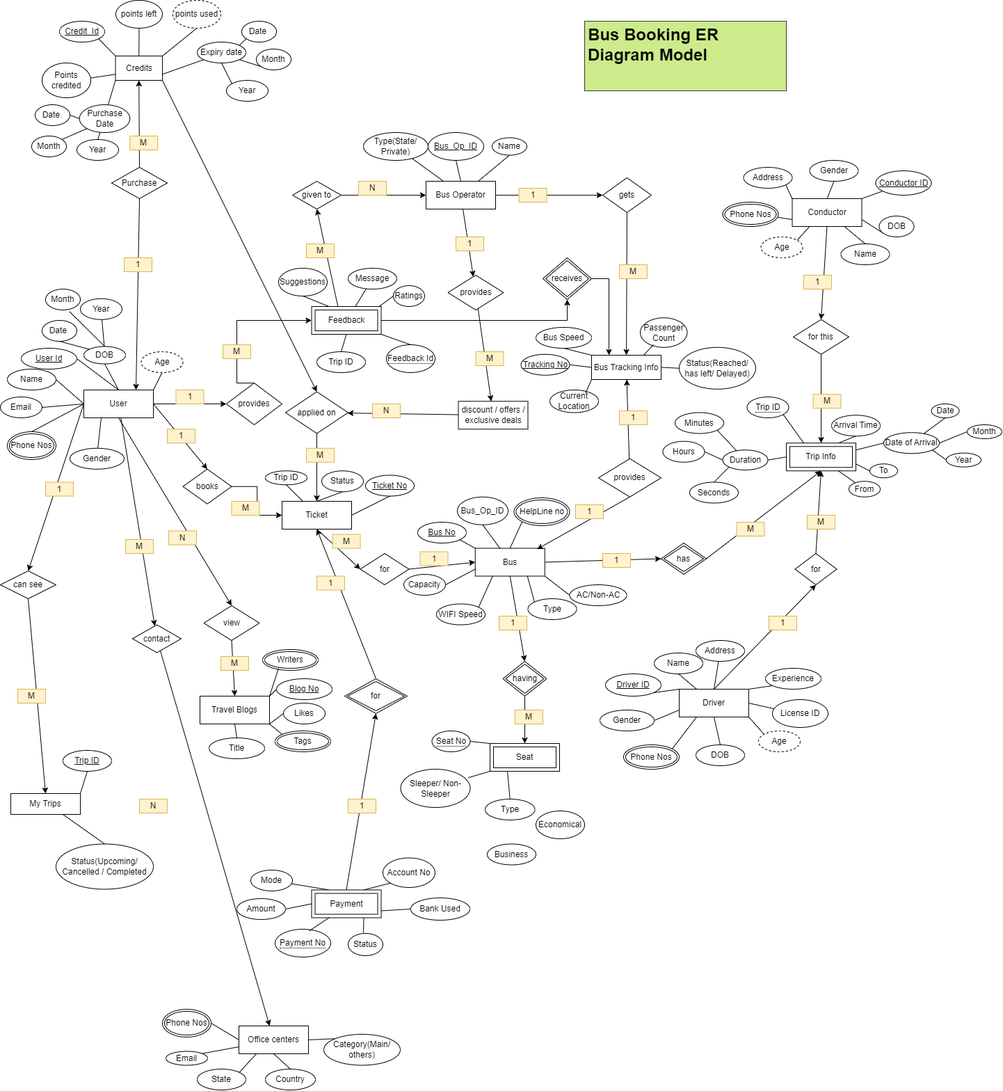
ritu456286/DBMS keeps this draw.io diagram as Assignment1B.drawio.png. Above is the earlier version. Source tidied: cells renumbered, new cells last; positions are measured from the earlier drawing's top-left corner, leaving out a move shared by most shapes.
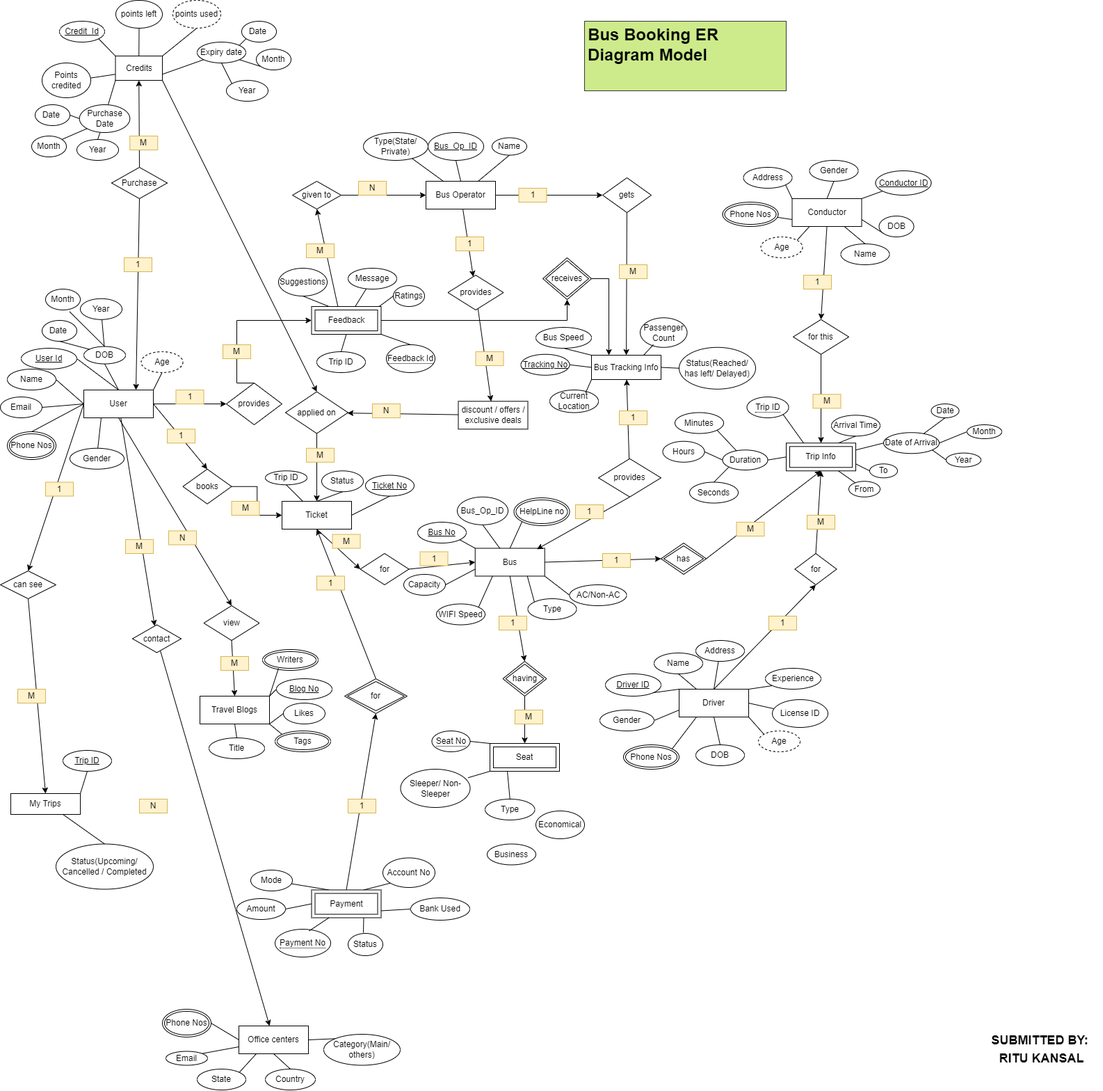
After the change.

The edit, as a diff of the source:
```diff
@@ -898,5 +898,8 @@
     <mxCell id="297" value="&lt;h1&gt;Bus Booking ER Diagram Model&lt;/h1&gt;" style="text;html=1;strokeColor=#36393d;fillColor=#cdeb8b;spacing=5;spacingTop=-20;whiteSpace=wrap;overflow=hidden;rounded=0;" parent="1" vertex="1">
       <mxGeometry x="840" y="30" width="290" height="100" as="geometry" />
     </mxCell>
+    <mxCell id="298" value="&lt;p style=&quot;line-height: 140%; font-size: 18px;&quot;&gt;&lt;b style=&quot;font-size: 18px;&quot;&gt;SUBMITTED BY:&amp;nbsp;&lt;br style=&quot;font-size: 18px;&quot;&gt;RITU KANSAL&lt;/b&gt;&lt;/p&gt;" style="text;html=1;strokeColor=none;fillColor=none;align=center;verticalAlign=middle;whiteSpace=wrap;rounded=0;fontSize=18;" parent="1" vertex="1">
+      <mxGeometry x="1410" y="1483.2" width="175" height="50" as="geometry" />
+    </mxCell>
   </root>
 </mxGraphModel>
```
